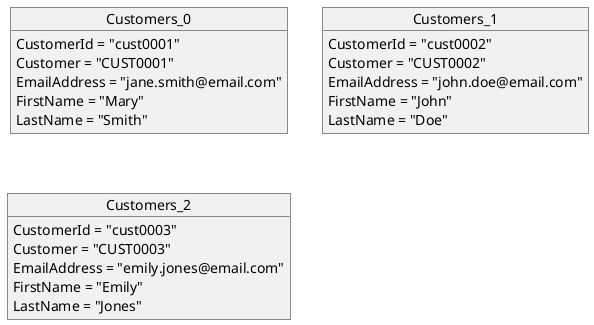
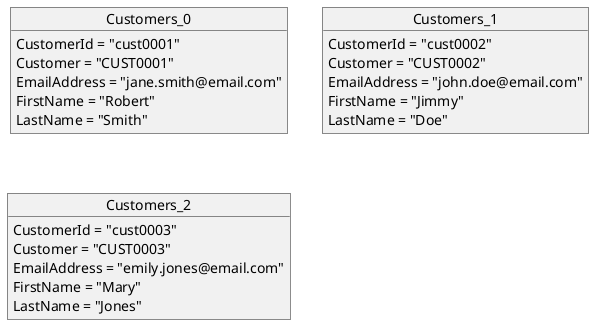
@startuml

object "Customers_0" as Customers_0 {
  CustomerId = "cust0001"
  Customer = "CUST0001"
  EmailAddress = "jane.smith@email.com"
-   FirstName = "Mary"
+   FirstName = "Robert"
  LastName = "Smith"
}

object "Customers_1" as Customers_1 {
  CustomerId = "cust0002"
  Customer = "CUST0002"
  EmailAddress = "john.doe@email.com"
-   FirstName = "John"
+   FirstName = "Jimmy"
  LastName = "Doe"
}

object "Customers_2" as Customers_2 {
  CustomerId = "cust0003"
  Customer = "CUST0003"
  EmailAddress = "emily.jones@email.com"
-   FirstName = "Emily"
+   FirstName = "Mary"
  LastName = "Jones"
}

@enduml